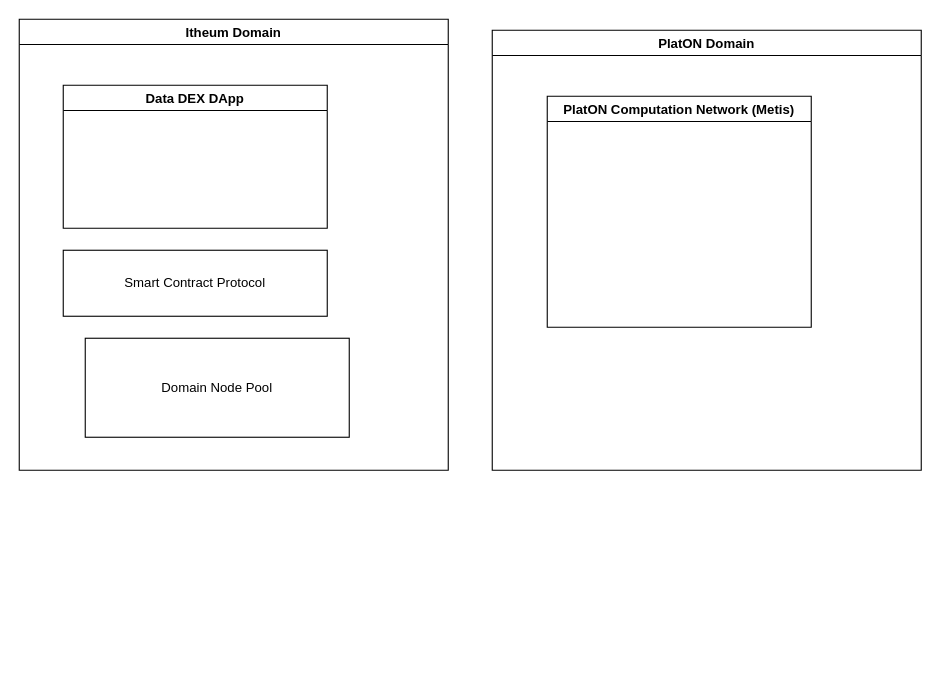
This is partner_integrations.drawio from Itheum/architecture-diagrams, a draw.io file, before an edit. Source tidied: cells renumbered, new cells numbered last; positions are measured from the earlier drawing's top-left corner, leaving out a move shared by most shapes. Both pictures are drawn from the tidied source at 110%, with x=0, y=0 at pixel (19, 19).
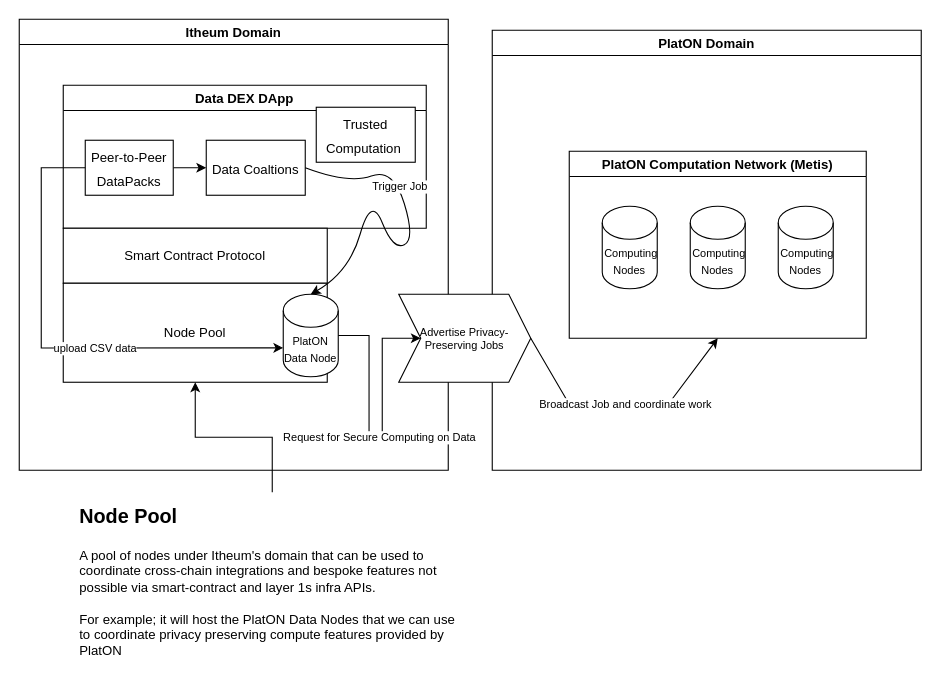
The same page after the edit.

Unchanged cells that the change refers to:
```xml
<mxCell id="2" value="Itheum Domain" style="swimlane;" parent="1" vertex="1">
  <mxGeometry width="390" height="410" as="geometry" />
</mxCell>
<mxCell id="6" value="PlatON Domain" style="swimlane;" parent="1" vertex="1">
  <mxGeometry x="430" y="10" width="390" height="400" as="geometry" />
</mxCell>
```

The edit, as a diff of the source:
```diff
@@
     <mxCell id="3" value="Data DEX DApp" style="swimlane;" parent="2" vertex="1">
-      <mxGeometry x="40" y="60" width="240" height="130" as="geometry" />
+      <mxGeometry x="40" y="60" width="330" height="130" as="geometry" />
     </mxCell>
+    <mxCell id="8" value="&lt;font style=&quot;font-size: 12px&quot;&gt;Data Coaltions&lt;/font&gt;" style="rounded=0;whiteSpace=wrap;html=1;fontSize=18;" parent="3" vertex="1">
+      <mxGeometry x="130" y="50" width="90" height="50" as="geometry" />
+    </mxCell>
+    <mxCell id="9" style="edgeStyle=orthogonalEdgeStyle;rounded=0;jettySize=auto;html=1;fontSize=12;" parent="3" edge="1" source="10" target="8">
+      <mxGeometry relative="1" as="geometry" />
+    </mxCell>
+    <mxCell id="10" value="&lt;font style=&quot;font-size: 12px&quot;&gt;Peer-to-Peer DataPacks&lt;/font&gt;" style="rounded=0;whiteSpace=wrap;html=1;fontSize=18;" parent="3" vertex="1">
+      <mxGeometry x="20" y="50" width="80" height="50" as="geometry" />
+    </mxCell>
+    <mxCell id="11" value="&lt;font style=&quot;font-size: 12px&quot;&gt;Trusted Computation&amp;nbsp;&lt;/font&gt;" style="rounded=0;whiteSpace=wrap;html=1;fontSize=18;" parent="3" vertex="1">
+      <mxGeometry x="230" y="20" width="90" height="50" as="geometry" />
+    </mxCell>
     <mxCell id="4" value="Smart Contract Protocol" style="rounded=0;whiteSpace=wrap;html=1;" parent="2" vertex="1">
-      <mxGeometry x="40" y="210" width="240" height="60" as="geometry" />
+      <mxGeometry x="40" y="190" width="240" height="50" as="geometry" />
     </mxCell>
-    <mxCell id="5" value="Domain Node Pool" style="rounded=0;whiteSpace=wrap;html=1;" parent="2" vertex="1">
-      <mxGeometry x="60" y="290" width="240" height="90" as="geometry" />
+    <mxCell id="5" value="Node Pool" style="rounded=0;whiteSpace=wrap;html=1;" parent="2" vertex="1">
+      <mxGeometry x="40" y="240" width="240" height="90" as="geometry" />
     </mxCell>
+    <mxCell id="12" value="&lt;font style=&quot;font-size: 10px&quot;&gt;PlatON Data Node&lt;/font&gt;" style="shape=cylinder3;whiteSpace=wrap;html=1;boundedLbl=1;backgroundOutline=1;size=15;fontSize=12;" parent="2" vertex="1">
+      <mxGeometry x="240" y="250" width="50" height="75" as="geometry" />
+    </mxCell>
+    <mxCell id="13" style="curved=1;endArrow=classic;html=1;rounded=0;fontSize=10;exitX=1;exitY=0.5;exitDx=0;exitDy=0;entryX=0.5;entryY=0;entryDx=0;entryDy=0;entryPerimeter=0;" parent="2" edge="1" source="8" target="12">
+      <mxGeometry relative="1" as="geometry">
+        <Array as="points">
+          <mxPoint x="300" y="150" />
+          <mxPoint x="340" y="135" />
+          <mxPoint x="360" y="200" />
+          <mxPoint x="340" y="210" />
+          <mxPoint x="320" y="160" />
+          <mxPoint x="300" y="230" />
+        </Array>
+      </mxGeometry>
+    </mxCell>
+    <mxCell id="14" value="Trigger Job" style="edgeLabel;html=1;align=center;verticalAlign=middle;fontSize=10;" parent="13" vertex="1">
+      <mxGeometry x="-0.4" relative="1" as="geometry" />
+    </mxCell>
+    <mxCell id="15" style="edgeStyle=orthogonalEdgeStyle;rounded=0;jettySize=auto;html=1;exitX=0;exitY=0.5;exitDx=0;exitDy=0;entryX=0;entryY=0;entryDx=0;entryDy=48.75;entryPerimeter=0;fontSize=10;" parent="2" edge="1" source="10" target="12">
+      <mxGeometry relative="1" as="geometry">
+        <Array as="points">
+          <mxPoint x="20" y="135" />
+          <mxPoint x="20" y="299" />
+        </Array>
+      </mxGeometry>
+    </mxCell>
+    <mxCell id="16" value="upload CSV data" style="edgeLabel;html=1;align=center;verticalAlign=middle;fontSize=10;" parent="15" vertex="1">
+      <mxGeometry x="0.19" relative="1" as="geometry" />
+    </mxCell>
@@
     <mxCell id="7" value="PlatON Computation Network (Metis)" style="swimlane;" parent="6" vertex="1">
-      <mxGeometry x="50" y="60" width="240" height="210" as="geometry" />
+      <mxGeometry x="70" y="110" width="270" height="170" as="geometry" />
     </mxCell>
+    <mxCell id="17" value="&lt;font style=&quot;font-size: 10px&quot;&gt;&amp;nbsp;Computing Nodes&lt;/font&gt;" style="shape=cylinder3;whiteSpace=wrap;html=1;boundedLbl=1;backgroundOutline=1;size=15;fontSize=12;" parent="7" vertex="1">
+      <mxGeometry x="30" y="50" width="50" height="75" as="geometry" />
+    </mxCell>
+    <mxCell id="18" value="&lt;font style=&quot;font-size: 10px&quot;&gt;&amp;nbsp;Computing Nodes&lt;/font&gt;" style="shape=cylinder3;whiteSpace=wrap;html=1;boundedLbl=1;backgroundOutline=1;size=15;fontSize=12;" parent="7" vertex="1">
+      <mxGeometry x="110" y="50" width="50" height="75" as="geometry" />
+    </mxCell>
+    <mxCell id="19" value="&lt;font style=&quot;font-size: 10px&quot;&gt;&amp;nbsp;Computing Nodes&lt;/font&gt;" style="shape=cylinder3;whiteSpace=wrap;html=1;boundedLbl=1;backgroundOutline=1;size=15;fontSize=12;" parent="7" vertex="1">
+      <mxGeometry x="190" y="50" width="50" height="75" as="geometry" />
+    </mxCell>
+    <mxCell id="20" style="edgeStyle=orthogonalEdgeStyle;rounded=0;jettySize=auto;html=1;fontSize=18;" parent="1" edge="1" source="21" target="5">
+      <mxGeometry relative="1" as="geometry" />
+    </mxCell>
+    <mxCell id="21" value="&lt;h1&gt;&lt;font style=&quot;font-size: 18px&quot;&gt;Node Pool&lt;/font&gt;&lt;/h1&gt;&lt;p&gt;A pool of nodes under Itheum's domain that can be used to coordinate cross-chain integrations and bespoke features not possible via smart-contract and layer 1s infra APIs.&lt;br&gt;&lt;br&gt;For example; it will host the PlatON Data Nodes that we can use to coordinate privacy preserving compute features provided by PlatON&lt;/p&gt;" style="text;html=1;strokeColor=none;fillColor=none;spacing=5;spacingTop=-20;whiteSpace=wrap;overflow=hidden;rounded=0;" parent="1" vertex="1">
+      <mxGeometry x="50" y="430" width="360" height="160" as="geometry" />
+    </mxCell>
+    <mxCell id="22" value="Advertise Privacy-Preserving Jobs" style="shape=step;perimeter=stepPerimeter;whiteSpace=wrap;html=1;fixedSize=1;fontSize=10;" parent="1" vertex="1">
+      <mxGeometry x="345" y="250" width="120" height="80" as="geometry" />
+    </mxCell>
+    <mxCell id="23" style="edgeStyle=orthogonalEdgeStyle;rounded=0;jettySize=auto;html=1;exitX=1;exitY=0.5;exitDx=0;exitDy=0;exitPerimeter=0;entryX=0;entryY=0.5;entryDx=0;entryDy=0;fontSize=10;" parent="1" edge="1" source="12" target="22">
+      <mxGeometry relative="1" as="geometry">
+        <Array as="points">
+          <mxPoint x="318" y="288" />
+          <mxPoint x="318" y="380" />
+          <mxPoint x="330" y="380" />
+          <mxPoint x="330" y="290" />
+        </Array>
+      </mxGeometry>
+    </mxCell>
+    <mxCell id="24" value="&amp;nbsp;Request for Secure Computing on Data" style="edgeLabel;html=1;align=center;verticalAlign=middle;fontSize=10;" parent="23" vertex="1">
+      <mxGeometry x="-0.01" y="1" relative="1" as="geometry">
+        <mxPoint x="1" as="offset" />
+      </mxGeometry>
+    </mxCell>
+    <mxCell id="25" style="endArrow=classic;html=1;rounded=0;fontSize=10;entryX=0.5;entryY=1;entryDx=0;entryDy=0;exitX=1;exitY=0.5;exitDx=0;exitDy=0;" parent="1" edge="1" source="22" target="7">
+      <mxGeometry relative="1" as="geometry">
+        <Array as="points">
+          <mxPoint x="500" y="350" />
+          <mxPoint x="590" y="350" />
+        </Array>
+      </mxGeometry>
+    </mxCell>
+    <mxCell id="26" value="Broadcast Job and coordinate work" style="edgeLabel;html=1;align=center;verticalAlign=middle;fontSize=10;" parent="25" vertex="1">
+      <mxGeometry x="0.02" y="1" relative="1" as="geometry" />
+    </mxCell>
```
